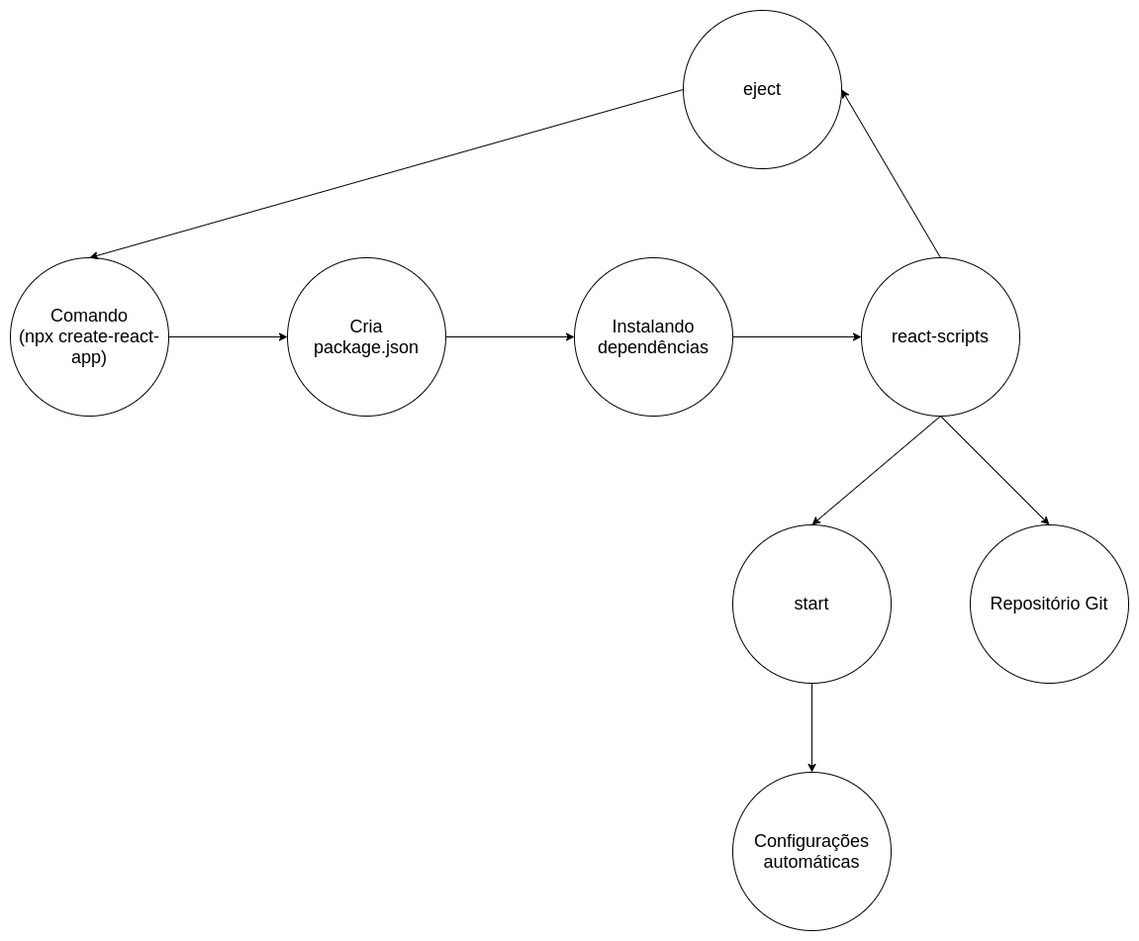
joaoarthurbm/arqsoft-blog keeps this draw.io diagram as content/posts/create-react-app/cra-information.png. Above is the earlier version. Source tidied: cells renumbered, new cells last; positions are measured from the earlier drawing's top-left corner, leaving out a move shared by most shapes.
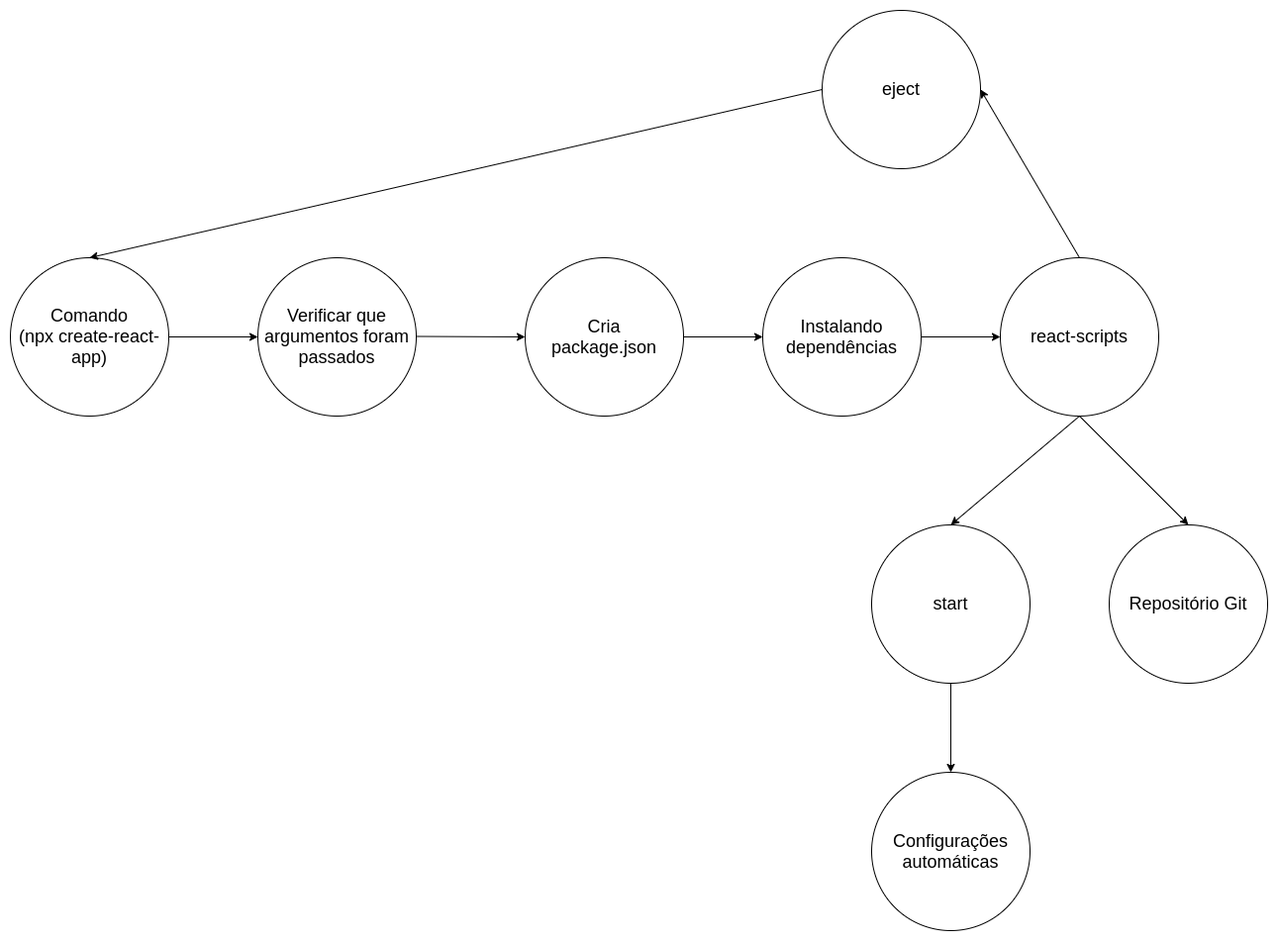
Later version of the same file.

What changed in the source:
```diff
@@ -3,20 +3,17 @@
     <mxCell id="0" />
     <mxCell id="1" parent="0" />
     <mxCell id="2" value="&lt;font style=&quot;font-size: 18px&quot;&gt;Comando&lt;br&gt;(npx create-react-app)&lt;br&gt;&lt;/font&gt;" style="ellipse;whiteSpace=wrap;html=1;" parent="1" vertex="1">
-      <mxGeometry y="250" width="160" height="160" as="geometry" />
+      <mxGeometry x="-140" y="250" width="160" height="160" as="geometry" />
     </mxCell>
     <mxCell id="3" value="&lt;font style=&quot;font-size: 18px&quot;&gt;Cria&lt;br&gt;package.json&lt;br&gt;&lt;/font&gt;" style="ellipse;whiteSpace=wrap;html=1;" parent="1" vertex="1">
-      <mxGeometry x="280" y="250" width="160" height="160" as="geometry" />
+      <mxGeometry x="380" y="250" width="160" height="160" as="geometry" />
     </mxCell>
     <mxCell id="4" value="&lt;font style=&quot;font-size: 18px&quot;&gt;Instalando dependências&lt;br&gt;&lt;/font&gt;" style="ellipse;whiteSpace=wrap;html=1;" parent="1" vertex="1">
-      <mxGeometry x="570" y="250" width="160" height="160" as="geometry" />
+      <mxGeometry x="620" y="250" width="160" height="160" as="geometry" />
     </mxCell>
     <mxCell id="5" value="&lt;font style=&quot;font-size: 18px&quot;&gt;react-scripts&lt;br&gt;&lt;/font&gt;" style="ellipse;whiteSpace=wrap;html=1;" parent="1" vertex="1">
       <mxGeometry x="860" y="250" width="160" height="160" as="geometry" />
     </mxCell>
-    <mxCell id="6" style="endArrow=classic;html=1;exitX=1;exitY=0.5;exitDx=0;exitDy=0;entryX=0;entryY=0.5;entryDx=0;entryDy=0;" parent="1" edge="1" source="2" target="3">
-      <mxGeometry relative="1" as="geometry" />
-    </mxCell>
     <mxCell id="7" style="endArrow=classic;html=1;exitX=1;exitY=0.5;exitDx=0;exitDy=0;entryX=0;entryY=0.5;entryDx=0;entryDy=0;" parent="1" edge="1" source="3" target="4">
       <mxGeometry relative="1" as="geometry" />
     </mxCell>
@@ -50,5 +47,16 @@
     <mxCell id="17" style="endArrow=classic;html=1;exitX=0.5;exitY=1;exitDx=0;exitDy=0;entryX=0.5;entryY=0;entryDx=0;entryDy=0;" parent="1" edge="1" source="5" target="15">
       <mxGeometry relative="1" as="geometry" />
     </mxCell>
+    <mxCell id="18" value="&lt;font style=&quot;font-size: 18px&quot;&gt;Verificar que argumentos foram passados&lt;br&gt;&lt;/font&gt;" style="ellipse;whiteSpace=wrap;html=1;" parent="1" vertex="1">
+      <mxGeometry x="110" y="250" width="160" height="160" as="geometry" />
+    </mxCell>
+    <mxCell id="19" style="endArrow=classic;html=1;exitX=1;exitY=0.5;exitDx=0;exitDy=0;entryX=0;entryY=0.5;entryDx=0;entryDy=0;" parent="1" edge="1" source="2" target="18">
+      <mxGeometry relative="1" as="geometry" />
+    </mxCell>
+    <mxCell id="20" style="endArrow=classic;html=1;exitX=1;exitY=0.5;exitDx=0;exitDy=0;entryX=0;entryY=0.5;entryDx=0;entryDy=0;" parent="1" edge="1" target="3">
+      <mxGeometry relative="1" as="geometry">
+        <mxPoint x="270" y="329.5" as="sourcePoint" />
+      </mxGeometry>
+    </mxCell>
   </root>
 </mxGraphModel>
```
